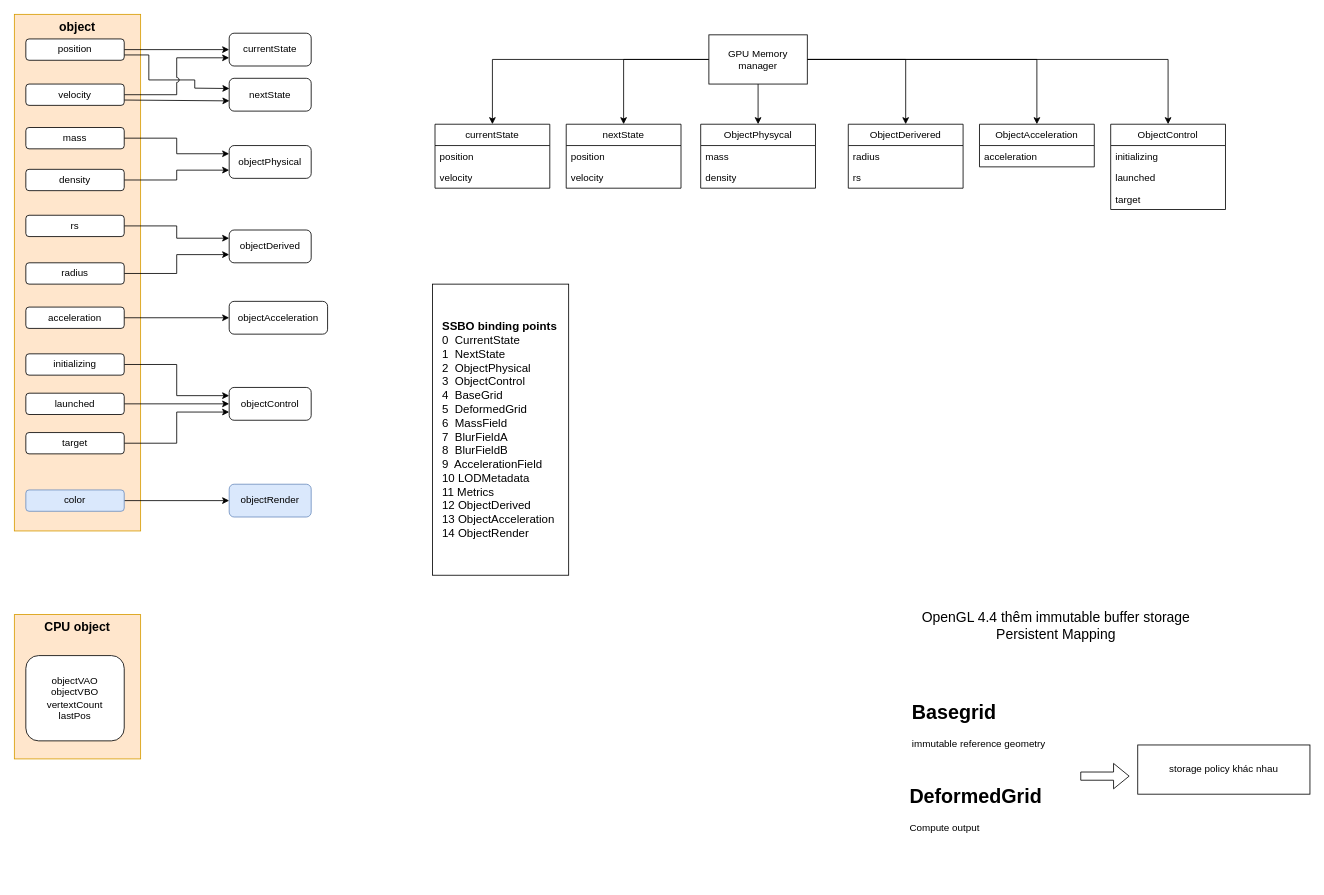
quocthaile/gravity_sim keeps this draw.io diagram as page "class GMemory" (1 of 3) of docs/gpu_memory_manager.drawio. Above is the earlier version. Source tidied: cells renumbered, new cells numbered last; positions are measured from the earlier drawing's top-left corner, leaving out a move shared by most shapes. Both pictures are drawn from the tidied source at 82%, with x=0, y=0 at pixel (14, 14).
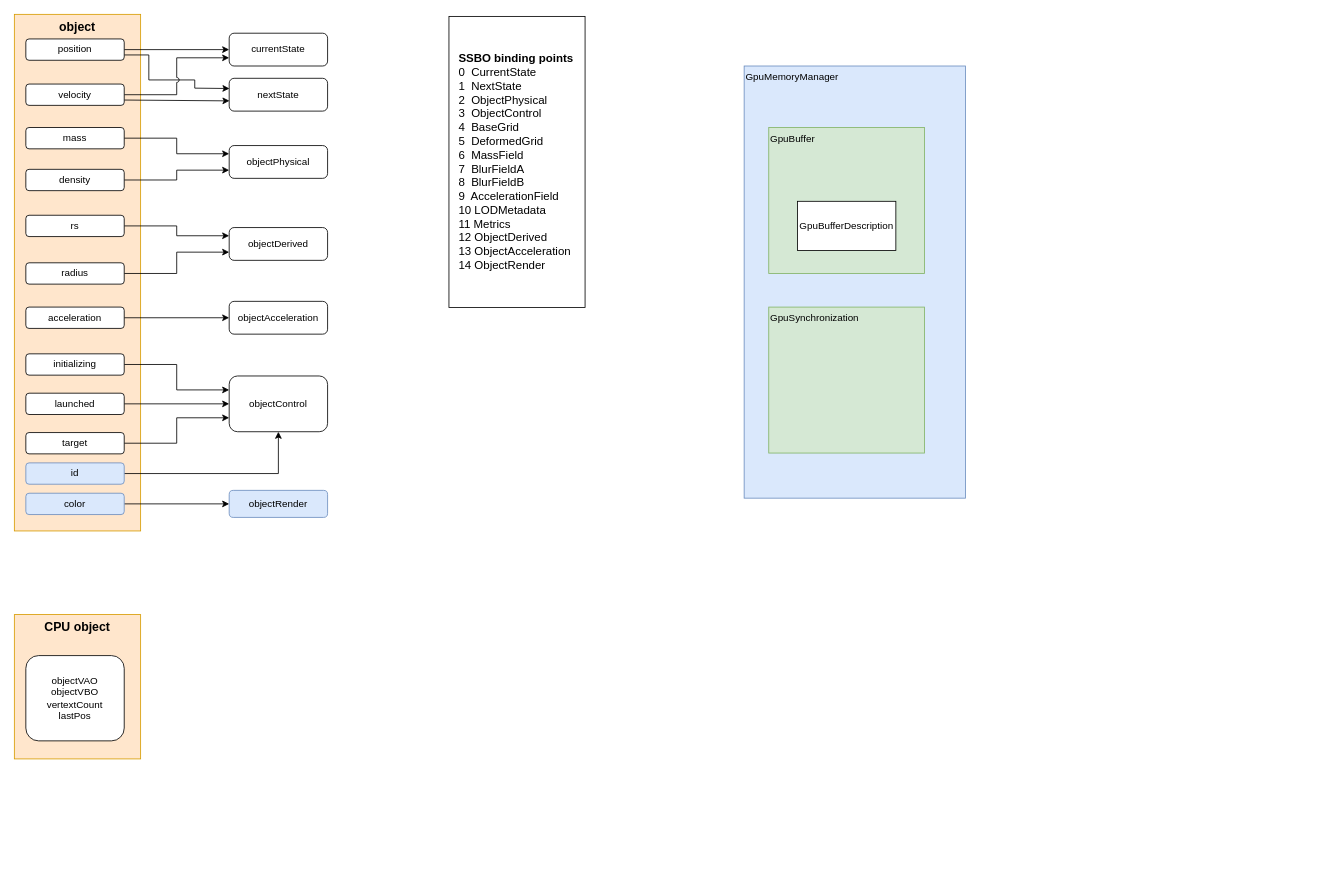
The same page after the edit.

The edit, as a diff of the source:
```diff
@@
+    <mxCell id="67" value="GpuMemoryManager" style="rounded=0;whiteSpace=wrap;html=1;verticalAlign=top;align=left;fillColor=#dae8fc;strokeColor=#6c8ebf;" parent="1" vertex="1">
+      <mxGeometry x="890" y="63" width="270" height="527" as="geometry" />
+    </mxCell>
@@
-    <mxCell id="4" style="edgeStyle=orthogonalEdgeStyle;rounded=0;jettySize=auto;html=1;entryX=0.5;entryY=0;entryDx=0;entryDy=0;" parent="1" edge="1" source="10" target="11">
-      <mxGeometry relative="1" as="geometry" />
-    </mxCell>
-    <mxCell id="5" style="edgeStyle=orthogonalEdgeStyle;rounded=0;jettySize=auto;html=1;entryX=0.5;entryY=0;entryDx=0;entryDy=0;" parent="1" edge="1" source="10" target="14">
-      <mxGeometry relative="1" as="geometry" />
-    </mxCell>
-    <mxCell id="6" style="edgeStyle=orthogonalEdgeStyle;rounded=0;jettySize=auto;html=1;entryX=0.5;entryY=0;entryDx=0;entryDy=0;" parent="1" edge="1" source="10" target="17">
-      <mxGeometry relative="1" as="geometry" />
-    </mxCell>
-    <mxCell id="7" style="edgeStyle=orthogonalEdgeStyle;rounded=0;jettySize=auto;html=1;entryX=0.5;entryY=0;entryDx=0;entryDy=0;" parent="1" edge="1" source="10" target="20">
-      <mxGeometry relative="1" as="geometry" />
-    </mxCell>
-    <mxCell id="8" style="edgeStyle=orthogonalEdgeStyle;rounded=0;jettySize=auto;html=1;entryX=0.5;entryY=0;entryDx=0;entryDy=0;" parent="1" edge="1" source="10" target="23">
-      <mxGeometry relative="1" as="geometry" />
-    </mxCell>
-    <mxCell id="9" style="edgeStyle=orthogonalEdgeStyle;rounded=0;jettySize=auto;html=1;" parent="1" edge="1" source="10" target="25">
-      <mxGeometry relative="1" as="geometry" />
-    </mxCell>
-    <mxCell id="10" value="GPU Memory manager" style="rounded=0;whiteSpace=wrap;html=1;" parent="1" vertex="1">
-      <mxGeometry x="847" y="25" width="120" height="60" as="geometry" />
-    </mxCell>
-    <mxCell id="11" value="currentState" style="swimlane;fontStyle=0;horizontal=1;startSize=26;fillColor=none;whiteSpace=wrap;html=1;" parent="1" vertex="1">
-      <mxGeometry x="513" y="134" width="140" height="78" as="geometry" />
-    </mxCell>
-    <mxCell id="12" value="position" style="text;strokeColor=none;fillColor=none;align=left;verticalAlign=top;spacingLeft=4;spacingRight=4;overflow=hidden;whiteSpace=wrap;html=1;" parent="11" vertex="1">
-      <mxGeometry y="26" width="140" height="26" as="geometry" />
-    </mxCell>
-    <mxCell id="13" value="velocity" style="text;strokeColor=none;fillColor=none;align=left;verticalAlign=top;spacingLeft=4;spacingRight=4;overflow=hidden;whiteSpace=wrap;html=1;" parent="11" vertex="1">
-      <mxGeometry y="52" width="140" height="26" as="geometry" />
-    </mxCell>
-    <mxCell id="14" value="nextState" style="swimlane;fontStyle=0;horizontal=1;startSize=26;fillColor=none;whiteSpace=wrap;html=1;" parent="1" vertex="1">
-      <mxGeometry x="673" y="134" width="140" height="78" as="geometry" />
-    </mxCell>
-    <mxCell id="15" value="position" style="text;strokeColor=none;fillColor=none;align=left;verticalAlign=top;spacingLeft=4;spacingRight=4;overflow=hidden;whiteSpace=wrap;html=1;" parent="14" vertex="1">
-      <mxGeometry y="26" width="140" height="26" as="geometry" />
-    </mxCell>
-    <mxCell id="16" value="velocity" style="text;strokeColor=none;fillColor=none;align=left;verticalAlign=top;spacingLeft=4;spacingRight=4;overflow=hidden;whiteSpace=wrap;html=1;" parent="14" vertex="1">
-      <mxGeometry y="52" width="140" height="26" as="geometry" />
-    </mxCell>
-    <mxCell id="17" value="ObjectPhysycal" style="swimlane;fontStyle=0;horizontal=1;startSize=26;fillColor=none;whiteSpace=wrap;html=1;" parent="1" vertex="1">
-      <mxGeometry x="837" y="134" width="140" height="78" as="geometry" />
-    </mxCell>
-    <mxCell id="18" value="mass" style="text;strokeColor=none;fillColor=none;align=left;verticalAlign=top;spacingLeft=4;spacingRight=4;overflow=hidden;whiteSpace=wrap;html=1;" parent="17" vertex="1">
-      <mxGeometry y="26" width="140" height="26" as="geometry" />
-    </mxCell>
-    <mxCell id="19" value="density" style="text;strokeColor=none;fillColor=none;align=left;verticalAlign=top;spacingLeft=4;spacingRight=4;overflow=hidden;whiteSpace=wrap;html=1;" parent="17" vertex="1">
-      <mxGeometry y="52" width="140" height="26" as="geometry" />
-    </mxCell>
-    <mxCell id="20" value="ObjectDerivered" style="swimlane;fontStyle=0;horizontal=1;startSize=26;fillColor=none;whiteSpace=wrap;html=1;" parent="1" vertex="1">
-      <mxGeometry x="1017" y="134" width="140" height="78" as="geometry" />
-    </mxCell>
-    <mxCell id="21" value="radius" style="text;strokeColor=none;fillColor=none;align=left;verticalAlign=top;spacingLeft=4;spacingRight=4;overflow=hidden;whiteSpace=wrap;html=1;" parent="20" vertex="1">
-      <mxGeometry y="26" width="140" height="26" as="geometry" />
-    </mxCell>
-    <mxCell id="22" value="rs" style="text;strokeColor=none;fillColor=none;align=left;verticalAlign=top;spacingLeft=4;spacingRight=4;overflow=hidden;whiteSpace=wrap;html=1;" parent="20" vertex="1">
-      <mxGeometry y="52" width="140" height="26" as="geometry" />
-    </mxCell>
-    <mxCell id="23" value="ObjectAcceleration" style="swimlane;fontStyle=0;horizontal=1;startSize=26;fillColor=none;whiteSpace=wrap;html=1;" parent="1" vertex="1">
-      <mxGeometry x="1177" y="134" width="140" height="52" as="geometry" />
-    </mxCell>
-    <mxCell id="24" value="acceleration" style="text;strokeColor=none;fillColor=none;align=left;verticalAlign=top;spacingLeft=4;spacingRight=4;overflow=hidden;whiteSpace=wrap;html=1;" parent="23" vertex="1">
-      <mxGeometry y="26" width="140" height="26" as="geometry" />
-    </mxCell>
-    <mxCell id="25" value="ObjectControl" style="swimlane;fontStyle=0;horizontal=1;startSize=26;fillColor=none;whiteSpace=wrap;html=1;" parent="1" vertex="1">
-      <mxGeometry x="1337" y="134" width="140" height="104" as="geometry" />
-    </mxCell>
-    <mxCell id="26" value="initializing" style="text;strokeColor=none;fillColor=none;align=left;verticalAlign=top;spacingLeft=4;spacingRight=4;overflow=hidden;whiteSpace=wrap;html=1;" parent="25" vertex="1">
-      <mxGeometry y="26" width="140" height="26" as="geometry" />
-    </mxCell>
-    <mxCell id="27" value="launched" style="text;strokeColor=none;fillColor=none;align=left;verticalAlign=top;spacingLeft=4;spacingRight=4;overflow=hidden;whiteSpace=wrap;html=1;" parent="25" vertex="1">
-      <mxGeometry y="52" width="140" height="26" as="geometry" />
-    </mxCell>
-    <mxCell id="28" value="target" style="text;strokeColor=none;fillColor=none;align=left;verticalAlign=top;spacingLeft=4;spacingRight=4;overflow=hidden;whiteSpace=wrap;html=1;" parent="25" vertex="1">
-      <mxGeometry y="78" width="140" height="26" as="geometry" />
-    </mxCell>
     <mxCell id="29" value="&lt;div&gt;&lt;b&gt;SSBO binding points&lt;/b&gt;&lt;/div&gt;&lt;div&gt;0&amp;nbsp; CurrentState&lt;/div&gt;&lt;div&gt;1&amp;nbsp; NextState&lt;/div&gt;&lt;div&gt;2&amp;nbsp; ObjectPhysical&lt;/div&gt;&lt;div&gt;3&amp;nbsp; ObjectControl&lt;/div&gt;&lt;div&gt;4&amp;nbsp; BaseGrid&lt;/div&gt;&lt;div&gt;5&amp;nbsp; DeformedGrid&lt;/div&gt;&lt;div&gt;6&amp;nbsp; MassField&lt;/div&gt;&lt;div&gt;7&amp;nbsp; BlurFieldA&lt;/div&gt;&lt;div&gt;8&amp;nbsp; BlurFieldB&lt;/div&gt;&lt;div&gt;9&amp;nbsp; AccelerationField&lt;/div&gt;&lt;div&gt;10 LODMetadata&lt;/div&gt;&lt;div&gt;11 Metrics&lt;/div&gt;&lt;div&gt;12 ObjectDerived&lt;/div&gt;&lt;div&gt;13 ObjectAcceleration&lt;/div&gt;&lt;div&gt;14 ObjectRender&lt;/div&gt;" style="whiteSpace=wrap;html=1;align=left;fontSize=14;spacingLeft=10;" parent="1" vertex="1">
-      <mxGeometry x="510" y="329" width="166" height="355" as="geometry" />
+      <mxGeometry x="530" y="2.5" width="166" height="355" as="geometry" />
     </mxCell>
@@
     <mxCell id="52" value="currentState" style="rounded=1;whiteSpace=wrap;html=1;" parent="1" vertex="1">
-      <mxGeometry x="262" y="23" width="100" height="40" as="geometry" />
+      <mxGeometry x="262" y="23" width="120" height="40" as="geometry" />
     </mxCell>
     <mxCell id="53" value="nextState" style="rounded=1;whiteSpace=wrap;html=1;" parent="1" vertex="1">
-      <mxGeometry x="262" y="78" width="100" height="40" as="geometry" />
+      <mxGeometry x="262" y="78" width="120" height="40" as="geometry" />
     </mxCell>
     <mxCell id="54" value="objectPhysical" style="rounded=1;whiteSpace=wrap;html=1;" parent="1" vertex="1">
-      <mxGeometry x="262" y="160" width="100" height="40" as="geometry" />
+      <mxGeometry x="262" y="160" width="120" height="40" as="geometry" />
     </mxCell>
     <mxCell id="55" value="objectDerived" style="rounded=1;whiteSpace=wrap;html=1;" parent="1" vertex="1">
-      <mxGeometry x="262" y="263" width="100" height="40" as="geometry" />
+      <mxGeometry x="262" y="260" width="120" height="40" as="geometry" />
     </mxCell>
@@
     <mxCell id="57" value="objectControl" style="rounded=1;whiteSpace=wrap;html=1;" parent="1" vertex="1">
-      <mxGeometry x="262" y="455" width="100" height="40" as="geometry" />
+      <mxGeometry x="262" y="441" width="120" height="68" as="geometry" />
     </mxCell>
@@
-    <mxCell id="59" value="&lt;h1 style=&quot;margin-top: 0px;&quot;&gt;Basegrid&lt;/h1&gt;&lt;p&gt;immutable reference geometry&lt;/p&gt;" style="text;html=1;whiteSpace=wrap;overflow=hidden;rounded=0;" parent="1" vertex="1">
-      <mxGeometry x="1093" y="831" width="180" height="120" as="geometry" />
-    </mxCell>
-    <mxCell id="60" value="&lt;h1 style=&quot;margin-top: 0px;&quot;&gt;DeformedGrid&lt;/h1&gt;&lt;p&gt;Compute output&lt;/p&gt;" style="text;html=1;whiteSpace=wrap;overflow=hidden;rounded=0;" parent="1" vertex="1">
-      <mxGeometry x="1090" y="933" width="180" height="120" as="geometry" />
-    </mxCell>
-    <mxCell id="61" style="shape=flexArrow;endArrow=classic;html=1;rounded=0;" parent="1" edge="1">
-      <mxGeometry relative="1" as="geometry">
-        <mxPoint x="1300" y="929" as="sourcePoint" />
-        <mxPoint x="1360" y="929" as="targetPoint" />
-      </mxGeometry>
-    </mxCell>
-    <mxCell id="62" value="storage policy khác nhau" style="rounded=0;whiteSpace=wrap;html=1;" parent="1" vertex="1">
-      <mxGeometry x="1370" y="891" width="210" height="60" as="geometry" />
-    </mxCell>
-    <mxCell id="63" value="OpenGL 4.4 thêm immutable buffer storage&lt;div&gt;Persistent Mapping&lt;/div&gt;" style="text;html=1;whiteSpace=wrap;strokeColor=none;fillColor=none;align=center;verticalAlign=middle;rounded=0;fontSize=17;" parent="1" vertex="1">
-      <mxGeometry x="1100" y="710" width="341" height="71" as="geometry" />
-    </mxCell>
     <mxCell id="64" value="objectRender" style="rounded=1;whiteSpace=wrap;html=1;fillColor=#dae8fc;strokeColor=#6c8ebf;" parent="1" vertex="1">
-      <mxGeometry x="262" y="573" width="100" height="40" as="geometry" />
+      <mxGeometry x="262" y="580.5" width="120" height="33" as="geometry" />
     </mxCell>
@@
     <mxCell id="66" value="&lt;span style=&quot;text-align: left;&quot;&gt;color&lt;/span&gt;" style="rounded=1;whiteSpace=wrap;html=1;fillColor=#dae8fc;strokeColor=#6c8ebf;" parent="1" vertex="1">
-      <mxGeometry x="14" y="580" width="120" height="26" as="geometry" />
+      <mxGeometry x="14" y="584" width="120" height="26" as="geometry" />
     </mxCell>
+    <mxCell id="68" style="edgeStyle=orthogonalEdgeStyle;rounded=0;jettySize=auto;html=1;entryX=0.5;entryY=1;entryDx=0;entryDy=0;" parent="1" edge="1" source="69" target="57">
+      <mxGeometry relative="1" as="geometry" />
+    </mxCell>
+    <mxCell id="69" value="&lt;span style=&quot;text-align: left;&quot;&gt;id&lt;/span&gt;" style="rounded=1;whiteSpace=wrap;html=1;fillColor=#dae8fc;strokeColor=#6c8ebf;" parent="1" vertex="1">
+      <mxGeometry x="14" y="547" width="120" height="26" as="geometry" />
+    </mxCell>
+    <mxCell id="70" value="GpuBuffer" style="rounded=0;whiteSpace=wrap;html=1;verticalAlign=top;align=left;fillColor=#d5e8d4;strokeColor=#82b366;" parent="1" vertex="1">
+      <mxGeometry x="920" y="138" width="190" height="178" as="geometry" />
+    </mxCell>
+    <mxCell id="71" value="GpuBufferDescription" style="rounded=0;whiteSpace=wrap;html=1;" parent="1" vertex="1">
+      <mxGeometry x="955" y="228" width="120" height="60" as="geometry" />
+    </mxCell>
+    <mxCell id="72" value="GpuSynchronization" style="rounded=0;whiteSpace=wrap;html=1;verticalAlign=top;align=left;fillColor=#d5e8d4;strokeColor=#82b366;" parent="1" vertex="1">
+      <mxGeometry x="920" y="357" width="190" height="178" as="geometry" />
+    </mxCell>
```
